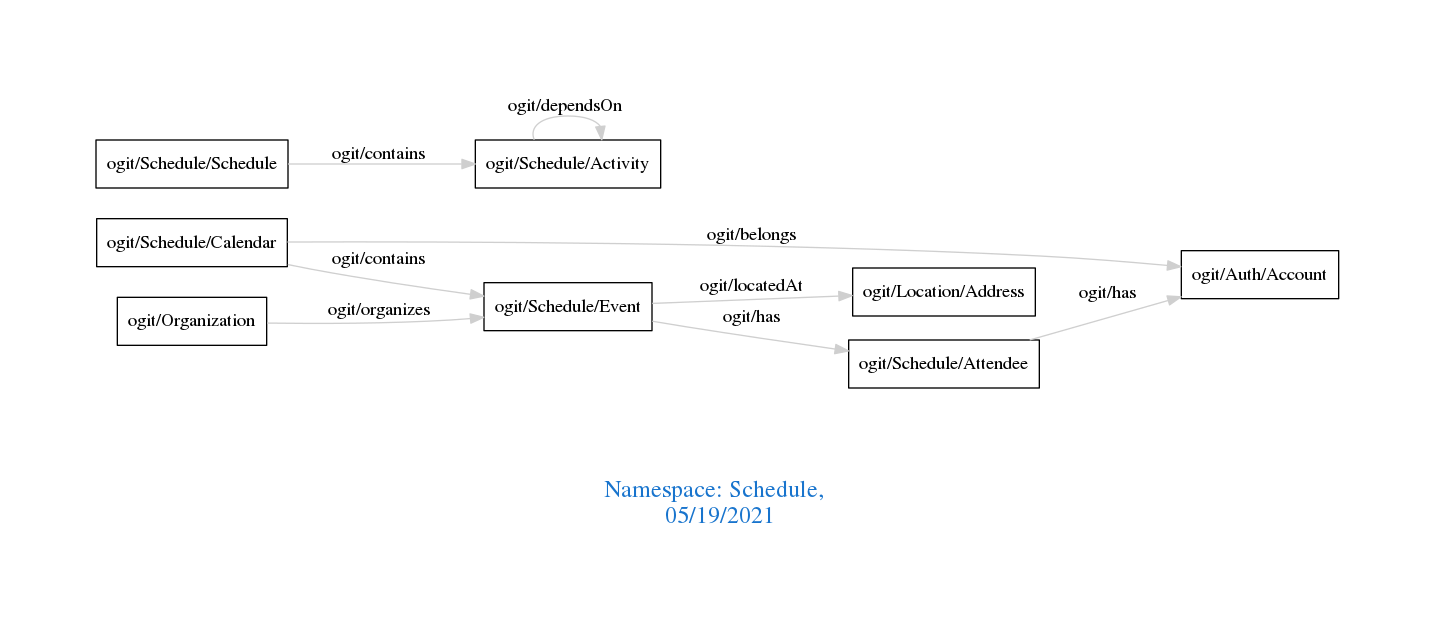
This is downloads/Schedule.png from arago/OGIT, a Graphviz export, as it was before one commit. Its source is kept beside it as downloads/Schedule.dot. Source of this version:
```dot
digraph OGIT_ontology {
 graph [ rankdir= LR,pad=1
fontsize = 18,
fontcolor= dodgerblue3,label = "\n\n\nNamespace: Schedule, \n 05/19/2021"];
node[shape=polygon];
edge [  color="gray81"];

   "ogit/Schedule/Calendar" -> "ogit/Schedule/Event" [label="   ogit/contains    "];
   "ogit/Schedule/Schedule" -> "ogit/Schedule/Activity" [label="   ogit/contains    "];
   "ogit/Schedule/Event" -> "ogit/Location/Address" [label="   ogit/locatedAt    "];
   "ogit/Organization" -> "ogit/Schedule/Event" [label="   ogit/organizes    "];
   "ogit/Schedule/Calendar" -> "ogit/Auth/Account" [label="   ogit/belongs    "];
   "ogit/Schedule/Attendee" -> "ogit/Auth/Account" [label="   ogit/has    "];
   "ogit/Schedule/Event" -> "ogit/Schedule/Attendee" [label="   ogit/has    "];
   "ogit/Schedule/Activity" -> "ogit/Schedule/Activity" [label="   ogit/dependsOn    "];
}
```
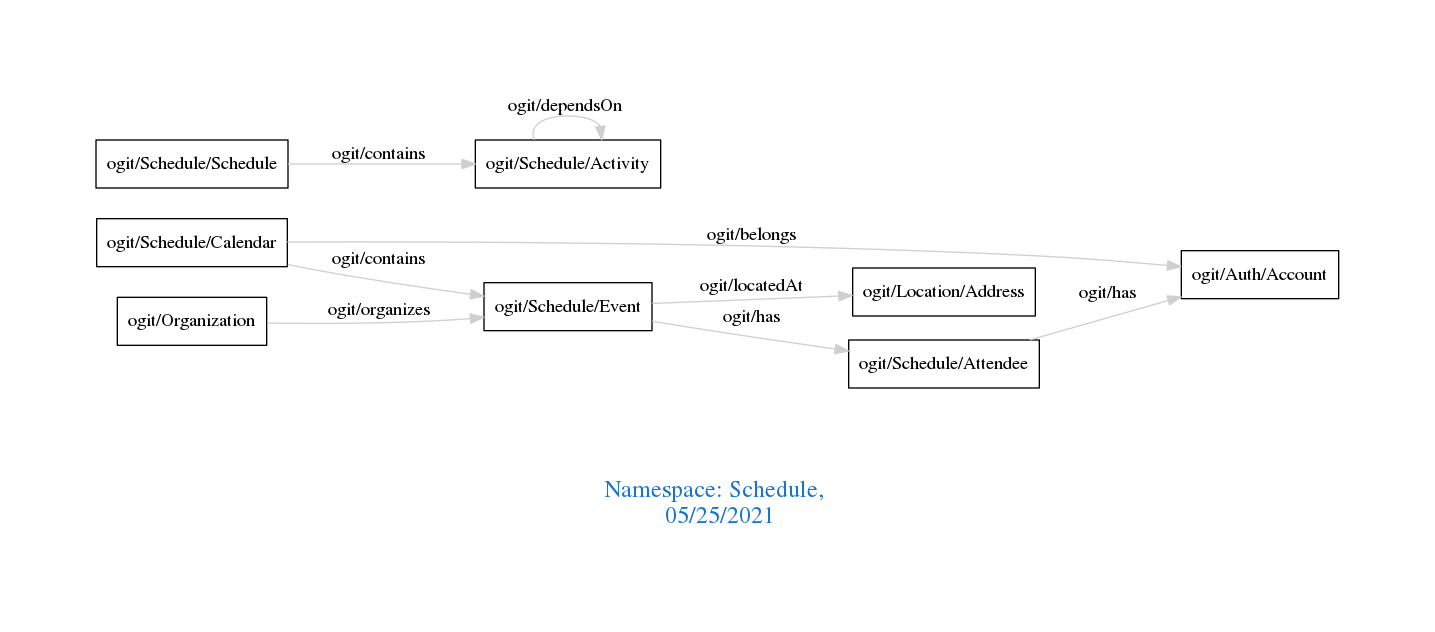
The same diagram one commit later.

Diff of the diagram source:
```diff
@@ -1,7 +1,7 @@
 digraph OGIT_ontology {
  graph [ rankdir= LR,pad=1
 fontsize = 18,
-fontcolor= dodgerblue3,label = "\n\n\nNamespace: Schedule, \n 05/19/2021"];
+fontcolor= dodgerblue3,label = "\n\n\nNamespace: Schedule, \n 05/25/2021"];
 node[shape=polygon];
 edge [  color="gray81"];
 
```
